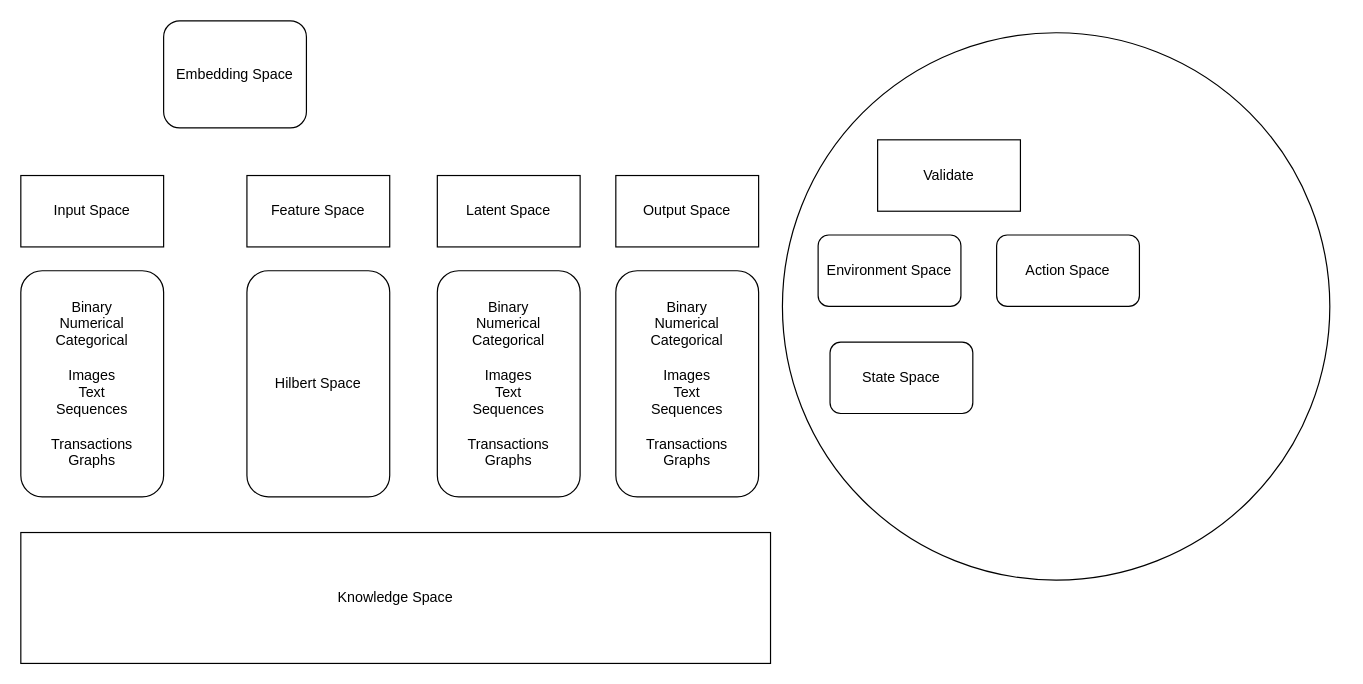
Before: spaces.drawio in lilaims/MsDS, a draw.io diagram. Source tidied: cells renumbered, new cells numbered last; positions are measured from the earlier drawing's top-left corner, leaving out a move shared by most shapes. Both pictures are drawn from the tidied source at 119%, with x=0, y=0 at pixel (20, 20).
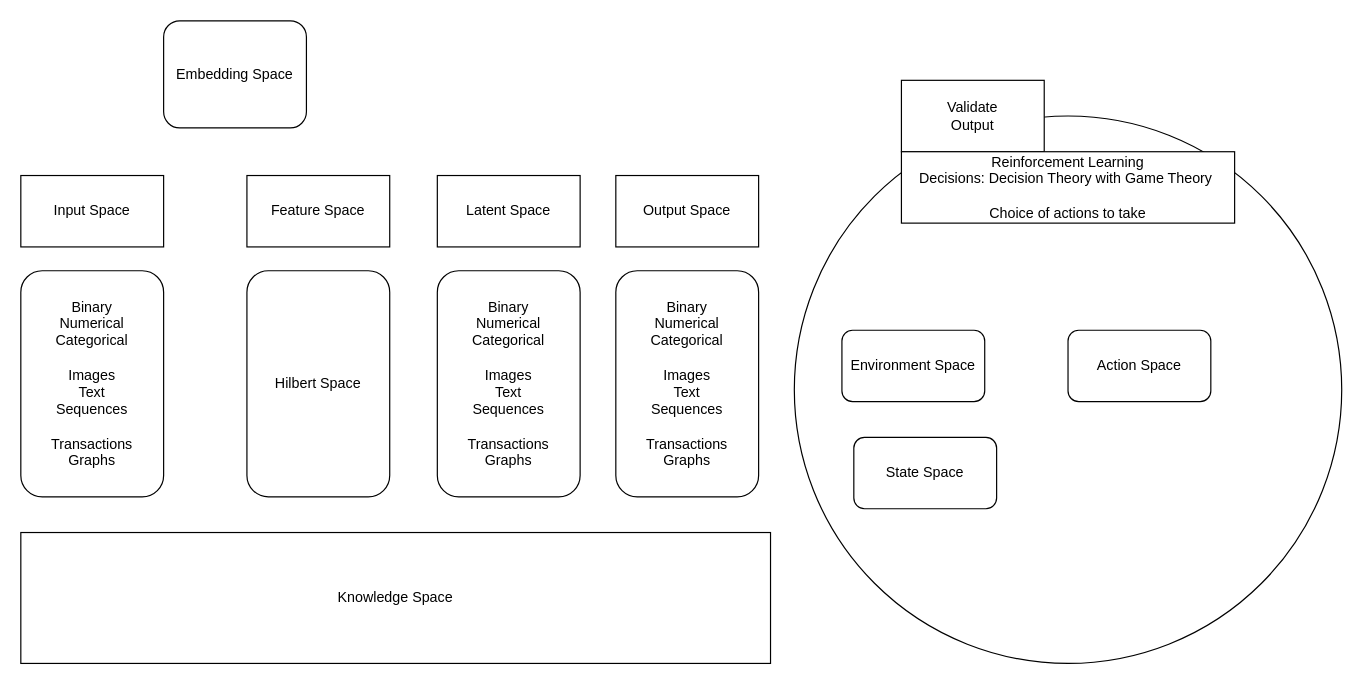
The same diagram, later.

Diff of the diagram source:
```diff
@@
 <mxGraphModel>
   <root>
     <mxCell id="0" />
     <mxCell id="1" parent="0" />
     <mxCell id="2" value="Input Space" style="rounded=0;whiteSpace=wrap;html=1;" parent="1" vertex="1">
       <mxGeometry y="130" width="120" height="60" as="geometry" />
     </mxCell>
     <mxCell id="3" value="Binary&lt;br&gt;Numerical&lt;br&gt;Categorical&lt;br&gt;&lt;br&gt;Images&lt;br&gt;Text&lt;br&gt;Sequences&lt;br&gt;&lt;br&gt;Transactions&lt;br&gt;Graphs" style="rounded=1;whiteSpace=wrap;html=1;" parent="1" vertex="1">
       <mxGeometry y="210" width="120" height="190" as="geometry" />
     </mxCell>
     <mxCell id="4" value="Feature Space" style="rounded=0;whiteSpace=wrap;html=1;" parent="1" vertex="1">
       <mxGeometry x="190" y="130" width="120" height="60" as="geometry" />
     </mxCell>
     <mxCell id="5" value="Hilbert Space" style="rounded=1;whiteSpace=wrap;html=1;" parent="1" vertex="1">
       <mxGeometry x="190" y="210" width="120" height="190" as="geometry" />
     </mxCell>
     <mxCell id="6" value="Latent Space" style="rounded=0;whiteSpace=wrap;html=1;" parent="1" vertex="1">
       <mxGeometry x="350" y="130" width="120" height="60" as="geometry" />
     </mxCell>
     <mxCell id="7" value="Binary&lt;br&gt;Numerical&lt;br&gt;Categorical&lt;br&gt;&lt;br&gt;Images&lt;br&gt;Text&lt;br&gt;Sequences&lt;br&gt;&lt;br&gt;Transactions&lt;br&gt;Graphs" style="rounded=1;whiteSpace=wrap;html=1;" parent="1" vertex="1">
       <mxGeometry x="350" y="210" width="120" height="190" as="geometry" />
     </mxCell>
     <mxCell id="8" value="Output Space" style="rounded=0;whiteSpace=wrap;html=1;" parent="1" vertex="1">
       <mxGeometry x="500" y="130" width="120" height="60" as="geometry" />
     </mxCell>
     <mxCell id="9" value="Binary&lt;br&gt;Numerical&lt;br&gt;Categorical&lt;br&gt;&lt;br&gt;Images&lt;br&gt;Text&lt;br&gt;Sequences&lt;br&gt;&lt;br&gt;Transactions&lt;br&gt;Graphs" style="rounded=1;whiteSpace=wrap;html=1;" parent="1" vertex="1">
       <mxGeometry x="500" y="210" width="120" height="190" as="geometry" />
     </mxCell>
     <mxCell id="10" style="ellipse;whiteSpace=wrap;html=1;" parent="1" vertex="1">
-      <mxGeometry x="640" y="10" width="460" height="460" as="geometry" />
+      <mxGeometry x="650" y="80" width="460" height="460" as="geometry" />
     </mxCell>
-    <mxCell id="11" value="Validate" style="rounded=0;whiteSpace=wrap;html=1;" parent="1" vertex="1">
-      <mxGeometry x="720" y="100" width="120" height="60" as="geometry" />
+    <mxCell id="11" value="Validate&lt;br&gt;Output" style="rounded=0;whiteSpace=wrap;html=1;" parent="1" vertex="1">
+      <mxGeometry x="740" y="50" width="120" height="60" as="geometry" />
     </mxCell>
     <mxCell id="12" value="Knowledge Space" style="rounded=0;whiteSpace=wrap;html=1;" parent="1" vertex="1">
       <mxGeometry y="430" width="630" height="110" as="geometry" />
     </mxCell>
     <mxCell id="13" value="State Space" style="rounded=1;whiteSpace=wrap;html=1;" parent="1" vertex="1">
-      <mxGeometry x="680" y="270" width="120" height="60" as="geometry" />
+      <mxGeometry x="700" y="350" width="120" height="60" as="geometry" />
     </mxCell>
     <mxCell id="14" value="Environment Space" style="rounded=1;whiteSpace=wrap;html=1;" parent="1" vertex="1">
-      <mxGeometry x="670" y="180" width="120" height="60" as="geometry" />
+      <mxGeometry x="690" y="260" width="120" height="60" as="geometry" />
     </mxCell>
     <mxCell id="15" value="Action Space" style="rounded=1;whiteSpace=wrap;html=1;" parent="1" vertex="1">
-      <mxGeometry x="820" y="180" width="120" height="60" as="geometry" />
+      <mxGeometry x="880" y="260" width="120" height="60" as="geometry" />
     </mxCell>
     <mxCell id="16" value="Embedding Space" style="rounded=1;whiteSpace=wrap;html=1;" parent="1" vertex="1">
       <mxGeometry x="120" width="120" height="90" as="geometry" />
     </mxCell>
+    <mxCell id="17" value="Reinforcement Learning&lt;br&gt;Decisions: Decision Theory with Game Theory&amp;nbsp;&lt;br&gt;&lt;br&gt;Choice of actions to take" style="rounded=0;whiteSpace=wrap;html=1;" parent="1" vertex="1">
+      <mxGeometry x="740" y="110" width="280" height="60" as="geometry" />
+    </mxCell>
   </root>
 </mxGraphModel>
```
